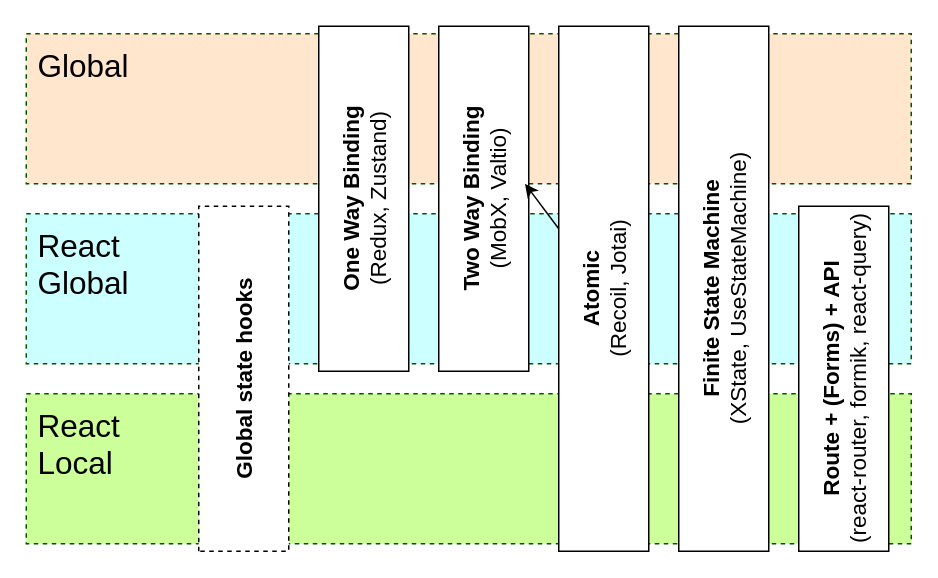
This is page "figure9" (9 of 11) of diagrams.dio from jherr/which-react-state-manager, a draw.io file, before an edit. Source tidied: cells renumbered, new cells numbered last; positions are measured from the earlier drawing's top-left corner, leaving out a move shared by most shapes. Both pictures are drawn from the tidied source at 150%, with x=0, y=0 at pixel (26, 33).
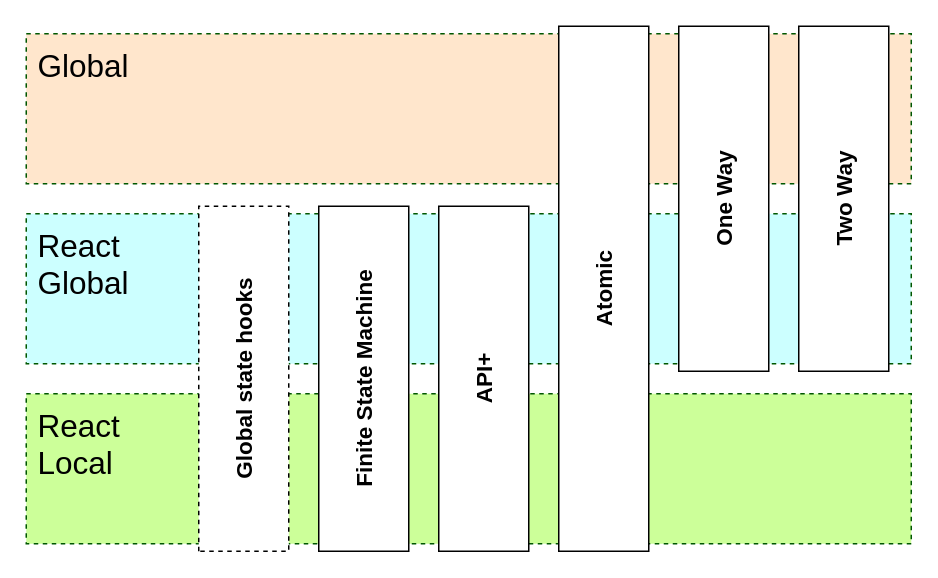
The same page after the edit.

Diff of the diagram source:
```diff
@@
 <mxGraphModel>
   <root>
     <mxCell id="0" />
     <mxCell id="1" parent="0" />
     <mxCell id="2" value="&lt;font style=&quot;font-size: 21px&quot;&gt;React&lt;br&gt;Global&lt;/font&gt;" style="rounded=0;whiteSpace=wrap;html=1;dashed=1;strokeColor=#005700;verticalAlign=top;align=left;fontColor=#000000;spacingTop=2;spacingBottom=2;spacingLeft=6;fillColor=#CCFFFF;" parent="1" vertex="1">
       <mxGeometry y="120" width="590" height="100" as="geometry" />
     </mxCell>
     <mxCell id="3" value="&lt;span style=&quot;font-size: 21px&quot;&gt;Global&lt;/span&gt;" style="rounded=0;whiteSpace=wrap;html=1;dashed=1;strokeColor=#005700;verticalAlign=top;align=left;fontColor=#000000;spacingTop=2;spacingBottom=2;spacingLeft=6;fillColor=#FFE6CC;" parent="1" vertex="1">
       <mxGeometry width="590" height="100" as="geometry" />
     </mxCell>
     <mxCell id="4" value="&lt;font style=&quot;font-size: 21px&quot;&gt;React&lt;br&gt;Local&lt;/font&gt;" style="rounded=0;whiteSpace=wrap;html=1;dashed=1;strokeColor=#005700;fillColor=#CCFF99;verticalAlign=top;align=left;fontColor=#000000;spacingTop=2;spacingBottom=2;spacingLeft=6;" parent="1" vertex="1">
       <mxGeometry y="240" width="590" height="100" as="geometry" />
     </mxCell>
-    <mxCell id="5" value="&lt;span style=&quot;font-size: 15px;&quot;&gt;One Way Binding&lt;br style=&quot;font-size: 15px;&quot;&gt;&lt;/span&gt;&lt;span style=&quot;font-weight: normal; font-size: 15px;&quot;&gt;(Redux, Zustand)&lt;/span&gt;" style="rounded=0;whiteSpace=wrap;html=1;rotation=270;fontStyle=1;fontSize=15;" parent="1" vertex="1">
-      <mxGeometry x="110" y="80" width="230" height="60" as="geometry" />
-    </mxCell>
-    <mxCell id="6" value="&lt;span style=&quot;font-size: 15px;&quot;&gt;Two Way Binding&lt;br style=&quot;font-size: 15px;&quot;&gt;&lt;/span&gt;&lt;span style=&quot;font-weight: normal; font-size: 15px;&quot;&gt;(MobX, Valtio)&lt;/span&gt;" style="rounded=0;whiteSpace=wrap;html=1;rotation=270;fontStyle=1;fontSize=15;" parent="1" vertex="1">
-      <mxGeometry x="190" y="80" width="230" height="60" as="geometry" />
+    <mxCell id="6" value="&lt;span style=&quot;font-size: 15px&quot;&gt;Two Way&lt;/span&gt;" style="rounded=0;whiteSpace=wrap;html=1;rotation=270;fontStyle=1;fontSize=15;" parent="1" vertex="1">
+      <mxGeometry x="430" y="80" width="230" height="60" as="geometry" />
     </mxCell>
-    <mxCell id="7" style="edgeStyle=none;html=1;fontColor=#000000;" parent="1" edge="1" source="8" target="3">
-      <mxGeometry relative="1" as="geometry" />
-    </mxCell>
-    <mxCell id="8" value="&lt;span style=&quot;font-size: 15px;&quot;&gt;Atomic&lt;br style=&quot;font-size: 15px;&quot;&gt;&lt;/span&gt;&lt;span style=&quot;font-weight: normal; font-size: 15px;&quot;&gt;(Recoil, Jotai)&lt;/span&gt;" style="rounded=0;whiteSpace=wrap;html=1;rotation=270;fontStyle=1;fontSize=15;" parent="1" vertex="1">
+    <mxCell id="8" value="&lt;span style=&quot;font-size: 15px&quot;&gt;Atomic&lt;/span&gt;" style="rounded=0;whiteSpace=wrap;html=1;rotation=270;fontStyle=1;fontSize=15;" parent="1" vertex="1">
       <mxGeometry x="210" y="140" width="350" height="60" as="geometry" />
     </mxCell>
-    <mxCell id="9" value="&lt;span style=&quot;font-size: 15px;&quot;&gt;Finite State Machine&lt;br style=&quot;font-size: 15px;&quot;&gt;&lt;/span&gt;&lt;span style=&quot;font-weight: normal; font-size: 15px;&quot;&gt;(XState, UseStateMachine)&lt;/span&gt;" style="rounded=0;whiteSpace=wrap;html=1;rotation=270;fontStyle=1;fontSize=15;" parent="1" vertex="1">
-      <mxGeometry x="290" y="140" width="350" height="60" as="geometry" />
+    <mxCell id="9" value="&lt;span style=&quot;font-size: 15px&quot;&gt;Finite State Machine&lt;/span&gt;" style="rounded=0;whiteSpace=wrap;html=1;rotation=270;fontStyle=1;fontSize=15;" parent="1" vertex="1">
+      <mxGeometry x="110" y="200" width="230" height="60" as="geometry" />
     </mxCell>
-    <mxCell id="10" value="&lt;span style=&quot;font-size: 15px;&quot;&gt;Route + (Forms) + API&lt;/span&gt;&lt;br style=&quot;font-size: 15px;&quot;&gt;&lt;span style=&quot;font-weight: normal; font-size: 15px;&quot;&gt;(react-router, formik, react-query)&lt;/span&gt;" style="rounded=0;whiteSpace=wrap;html=1;rotation=270;fontStyle=1;fontSize=15;" parent="1" vertex="1">
-      <mxGeometry x="430" y="200" width="230" height="60" as="geometry" />
+    <mxCell id="10" value="API+" style="rounded=0;whiteSpace=wrap;html=1;rotation=270;fontStyle=1;fontSize=15;" parent="1" vertex="1">
+      <mxGeometry x="190" y="200" width="230" height="60" as="geometry" />
     </mxCell>
     <mxCell id="11" value="&lt;span style=&quot;font-size: 15px;&quot;&gt;Global state hooks&lt;/span&gt;" style="rounded=0;whiteSpace=wrap;html=1;rotation=270;dashed=1;fontStyle=1;fontSize=15;" parent="1" vertex="1">
       <mxGeometry x="30" y="200" width="230" height="60" as="geometry" />
     </mxCell>
+    <mxCell id="12" value="&lt;span style=&quot;font-size: 15px&quot;&gt;One Way&lt;/span&gt;" style="rounded=0;whiteSpace=wrap;html=1;rotation=270;fontStyle=1;fontSize=15;" parent="1" vertex="1">
+      <mxGeometry x="350" y="80" width="230" height="60" as="geometry" />
+    </mxCell>
   </root>
 </mxGraphModel>
```
